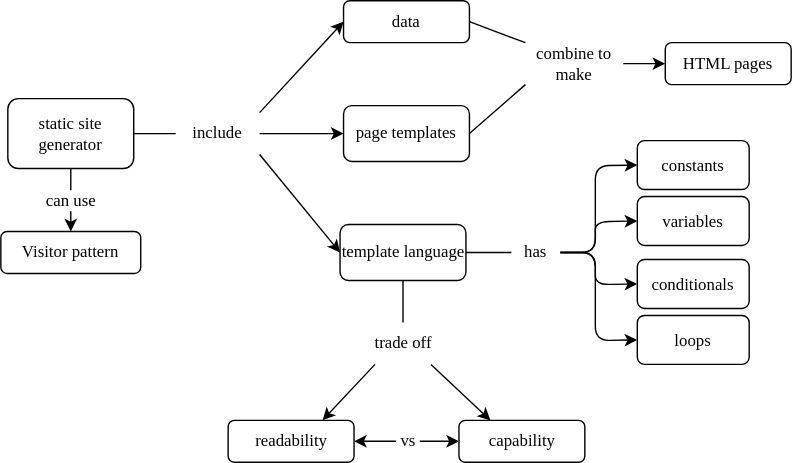
Earlier version of the draw.io export sdxpy/template/concept_map.svg (gvwilson/thirdbit). Source tidied: cells renumbered, new cells last; positions are measured from the earlier drawing's top-left corner, leaving out a move shared by most shapes.
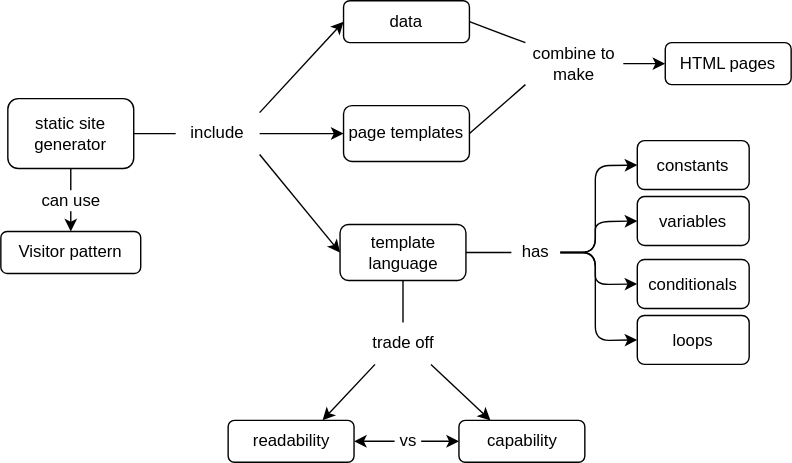
Later version of the same file.

Diff of the diagram source:
```diff
@@ -2,94 +2,94 @@
   <root>
     <mxCell id="0" />
     <mxCell id="1" parent="0" />
-    <mxCell id="2" value="static site generator" style="text;html=1;strokeColor=default;fillColor=none;align=center;verticalAlign=middle;whiteSpace=wrap;rounded=1;hachureGap=4;fontFamily=Verdana;fontSize=12;" parent="1" vertex="1">
+    <mxCell id="2" value="static site generator" style="text;html=1;strokeColor=default;fillColor=none;align=center;verticalAlign=middle;whiteSpace=wrap;rounded=1;hachureGap=4;fontFamily=Helvetica;fontSize=12;" parent="1" vertex="1">
       <mxGeometry x="5" y="70" width="90" height="50" as="geometry" />
     </mxCell>
-    <mxCell id="3" value="include" style="text;html=1;strokeColor=none;fillColor=none;align=center;verticalAlign=middle;whiteSpace=wrap;rounded=0;hachureGap=4;fontFamily=Verdana;fontSize=12;" parent="1" vertex="1">
+    <mxCell id="3" value="include" style="text;html=1;strokeColor=none;fillColor=none;align=center;verticalAlign=middle;whiteSpace=wrap;rounded=0;hachureGap=4;fontFamily=Helvetica;fontSize=12;" parent="1" vertex="1">
       <mxGeometry x="125" y="80" width="60" height="30" as="geometry" />
     </mxCell>
-    <mxCell id="4" value="page templates" style="text;html=1;strokeColor=default;fillColor=none;align=center;verticalAlign=middle;whiteSpace=wrap;rounded=1;hachureGap=4;fontFamily=Verdana;fontSize=12;" parent="1" vertex="1">
+    <mxCell id="4" value="page templates" style="text;html=1;strokeColor=default;fillColor=none;align=center;verticalAlign=middle;whiteSpace=wrap;rounded=1;hachureGap=4;fontFamily=Helvetica;fontSize=12;" parent="1" vertex="1">
       <mxGeometry x="245" y="75" width="90" height="40" as="geometry" />
     </mxCell>
-    <mxCell id="5" value="template language" style="text;html=1;strokeColor=default;fillColor=none;align=center;verticalAlign=middle;whiteSpace=wrap;rounded=1;hachureGap=4;fontFamily=Verdana;fontSize=12;" parent="1" vertex="1">
+    <mxCell id="5" value="template language" style="text;html=1;strokeColor=default;fillColor=none;align=center;verticalAlign=middle;whiteSpace=wrap;rounded=1;hachureGap=4;fontFamily=Helvetica;fontSize=12;" parent="1" vertex="1">
       <mxGeometry x="242.5" y="160" width="90" height="40" as="geometry" />
     </mxCell>
-    <mxCell id="6" value="data" style="text;html=1;strokeColor=default;fillColor=none;align=center;verticalAlign=middle;whiteSpace=wrap;rounded=1;hachureGap=4;fontFamily=Verdana;fontSize=12;" parent="1" vertex="1">
+    <mxCell id="6" value="data" style="text;html=1;strokeColor=default;fillColor=none;align=center;verticalAlign=middle;whiteSpace=wrap;rounded=1;hachureGap=4;fontFamily=Helvetica;fontSize=12;" parent="1" vertex="1">
       <mxGeometry x="245" width="90" height="30" as="geometry" />
     </mxCell>
-    <mxCell id="7" value="readability" style="text;html=1;strokeColor=default;fillColor=none;align=center;verticalAlign=middle;whiteSpace=wrap;rounded=1;hachureGap=4;fontFamily=Verdana;fontSize=12;" parent="1" vertex="1">
+    <mxCell id="7" value="readability" style="text;html=1;strokeColor=default;fillColor=none;align=center;verticalAlign=middle;whiteSpace=wrap;rounded=1;hachureGap=4;fontFamily=Helvetica;fontSize=12;" parent="1" vertex="1">
       <mxGeometry x="162.5" y="300" width="90" height="30" as="geometry" />
     </mxCell>
-    <mxCell id="8" value="capability" style="text;html=1;strokeColor=default;fillColor=none;align=center;verticalAlign=middle;whiteSpace=wrap;rounded=1;hachureGap=4;fontFamily=Verdana;fontSize=12;" parent="1" vertex="1">
+    <mxCell id="8" value="capability" style="text;html=1;strokeColor=default;fillColor=none;align=center;verticalAlign=middle;whiteSpace=wrap;rounded=1;hachureGap=4;fontFamily=Helvetica;fontSize=12;" parent="1" vertex="1">
       <mxGeometry x="327.5" y="300" width="90" height="30" as="geometry" />
     </mxCell>
-    <mxCell id="9" value="trade off" style="text;html=1;strokeColor=none;fillColor=none;align=center;verticalAlign=middle;whiteSpace=wrap;rounded=0;hachureGap=4;fontFamily=Verdana;fontSize=12;" parent="1" vertex="1">
+    <mxCell id="9" value="trade off" style="text;html=1;strokeColor=none;fillColor=none;align=center;verticalAlign=middle;whiteSpace=wrap;rounded=0;hachureGap=4;fontFamily=Helvetica;fontSize=12;" parent="1" vertex="1">
       <mxGeometry x="247.5" y="230" width="80" height="30" as="geometry" />
     </mxCell>
-    <mxCell id="10" value="&amp;nbsp;vs&amp;nbsp;" style="endArrow=classic;startArrow=classic;html=1;rounded=0;hachureGap=4;fontFamily=Verdana;fontSize=12;sourcePerimeterSpacing=8;targetPerimeterSpacing=8;curved=1;exitX=1;exitY=0.5;exitDx=0;exitDy=0;entryX=0;entryY=0.5;entryDx=0;entryDy=0;" parent="1" edge="1" source="7" target="8">
+    <mxCell id="10" value="&amp;nbsp;vs&amp;nbsp;" style="endArrow=classic;startArrow=classic;html=1;rounded=0;hachureGap=4;fontFamily=Helvetica;fontSize=12;sourcePerimeterSpacing=8;targetPerimeterSpacing=8;curved=1;exitX=1;exitY=0.5;exitDx=0;exitDy=0;entryX=0;entryY=0.5;entryDx=0;entryDy=0;" parent="1" edge="1" source="7" target="8">
       <mxGeometry relative="1" as="geometry" />
     </mxCell>
-    <mxCell id="11" style="endArrow=none;html=1;rounded=0;hachureGap=4;fontFamily=Verdana;fontSize=12;sourcePerimeterSpacing=8;targetPerimeterSpacing=8;curved=1;entryX=0.5;entryY=1;entryDx=0;entryDy=0;exitX=0.5;exitY=0;exitDx=0;exitDy=0;" parent="1" edge="1" source="9" target="5">
+    <mxCell id="11" style="endArrow=none;html=1;rounded=0;hachureGap=4;fontFamily=Helvetica;fontSize=12;sourcePerimeterSpacing=8;targetPerimeterSpacing=8;curved=1;entryX=0.5;entryY=1;entryDx=0;entryDy=0;exitX=0.5;exitY=0;exitDx=0;exitDy=0;" parent="1" edge="1" source="9" target="5">
       <mxGeometry relative="1" as="geometry" />
     </mxCell>
-    <mxCell id="12" style="endArrow=classic;html=1;rounded=0;hachureGap=4;fontFamily=Verdana;fontSize=12;sourcePerimeterSpacing=8;targetPerimeterSpacing=8;curved=1;exitX=0.25;exitY=1;exitDx=0;exitDy=0;entryX=0.75;entryY=0;entryDx=0;entryDy=0;" parent="1" edge="1" source="9" target="7">
+    <mxCell id="12" style="endArrow=classic;html=1;rounded=0;hachureGap=4;fontFamily=Helvetica;fontSize=12;sourcePerimeterSpacing=8;targetPerimeterSpacing=8;curved=1;exitX=0.25;exitY=1;exitDx=0;exitDy=0;entryX=0.75;entryY=0;entryDx=0;entryDy=0;" parent="1" edge="1" source="9" target="7">
       <mxGeometry relative="1" as="geometry" />
     </mxCell>
-    <mxCell id="13" style="endArrow=classic;html=1;rounded=0;hachureGap=4;fontFamily=Verdana;fontSize=12;sourcePerimeterSpacing=8;targetPerimeterSpacing=8;curved=1;exitX=0.75;exitY=1;exitDx=0;exitDy=0;entryX=0.25;entryY=0;entryDx=0;entryDy=0;" parent="1" edge="1" source="9" target="8">
+    <mxCell id="13" style="endArrow=classic;html=1;rounded=0;hachureGap=4;fontFamily=Helvetica;fontSize=12;sourcePerimeterSpacing=8;targetPerimeterSpacing=8;curved=1;exitX=0.75;exitY=1;exitDx=0;exitDy=0;entryX=0.25;entryY=0;entryDx=0;entryDy=0;" parent="1" edge="1" source="9" target="8">
       <mxGeometry relative="1" as="geometry" />
     </mxCell>
-    <mxCell id="14" style="endArrow=none;html=1;rounded=0;hachureGap=4;fontFamily=Verdana;fontSize=12;sourcePerimeterSpacing=8;targetPerimeterSpacing=8;curved=1;entryX=1;entryY=0.5;entryDx=0;entryDy=0;exitX=0;exitY=0.5;exitDx=0;exitDy=0;" parent="1" edge="1" source="3" target="2">
+    <mxCell id="14" style="endArrow=none;html=1;rounded=0;hachureGap=4;fontFamily=Helvetica;fontSize=12;sourcePerimeterSpacing=8;targetPerimeterSpacing=8;curved=1;entryX=1;entryY=0.5;entryDx=0;entryDy=0;exitX=0;exitY=0.5;exitDx=0;exitDy=0;" parent="1" edge="1" source="3" target="2">
       <mxGeometry relative="1" as="geometry" />
     </mxCell>
-    <mxCell id="15" style="endArrow=classic;html=1;rounded=0;hachureGap=4;fontFamily=Verdana;fontSize=12;sourcePerimeterSpacing=8;targetPerimeterSpacing=8;curved=1;exitX=1;exitY=0;exitDx=0;exitDy=0;entryX=0;entryY=0.5;entryDx=0;entryDy=0;" parent="1" edge="1" source="3" target="6">
+    <mxCell id="15" style="endArrow=classic;html=1;rounded=0;hachureGap=4;fontFamily=Helvetica;fontSize=12;sourcePerimeterSpacing=8;targetPerimeterSpacing=8;curved=1;exitX=1;exitY=0;exitDx=0;exitDy=0;entryX=0;entryY=0.5;entryDx=0;entryDy=0;" parent="1" edge="1" source="3" target="6">
       <mxGeometry relative="1" as="geometry" />
     </mxCell>
-    <mxCell id="16" style="endArrow=classic;html=1;rounded=0;hachureGap=4;fontFamily=Verdana;fontSize=12;sourcePerimeterSpacing=8;targetPerimeterSpacing=8;curved=1;exitX=1;exitY=0.5;exitDx=0;exitDy=0;entryX=0;entryY=0.5;entryDx=0;entryDy=0;" parent="1" edge="1" source="3" target="4">
+    <mxCell id="16" style="endArrow=classic;html=1;rounded=0;hachureGap=4;fontFamily=Helvetica;fontSize=12;sourcePerimeterSpacing=8;targetPerimeterSpacing=8;curved=1;exitX=1;exitY=0.5;exitDx=0;exitDy=0;entryX=0;entryY=0.5;entryDx=0;entryDy=0;" parent="1" edge="1" source="3" target="4">
       <mxGeometry relative="1" as="geometry" />
     </mxCell>
-    <mxCell id="17" style="endArrow=classic;html=1;rounded=0;hachureGap=4;fontFamily=Verdana;fontSize=12;sourcePerimeterSpacing=8;targetPerimeterSpacing=8;curved=1;entryX=0;entryY=0.5;entryDx=0;entryDy=0;exitX=1;exitY=1;exitDx=0;exitDy=0;" parent="1" edge="1" source="3" target="5">
+    <mxCell id="17" style="endArrow=classic;html=1;rounded=0;hachureGap=4;fontFamily=Helvetica;fontSize=12;sourcePerimeterSpacing=8;targetPerimeterSpacing=8;curved=1;entryX=0;entryY=0.5;entryDx=0;entryDy=0;exitX=1;exitY=1;exitDx=0;exitDy=0;" parent="1" edge="1" source="3" target="5">
       <mxGeometry relative="1" as="geometry" />
     </mxCell>
-    <mxCell id="18" value="HTML pages" style="text;html=1;strokeColor=default;fillColor=none;align=center;verticalAlign=middle;whiteSpace=wrap;rounded=1;hachureGap=4;fontFamily=Verdana;fontSize=12;" parent="1" vertex="1">
+    <mxCell id="18" value="HTML pages" style="text;html=1;strokeColor=default;fillColor=none;align=center;verticalAlign=middle;whiteSpace=wrap;rounded=1;hachureGap=4;fontFamily=Helvetica;fontSize=12;" parent="1" vertex="1">
       <mxGeometry x="475" y="30" width="90" height="30" as="geometry" />
     </mxCell>
-    <mxCell id="19" value="combine to make" style="text;html=1;strokeColor=none;fillColor=none;align=center;verticalAlign=middle;whiteSpace=wrap;rounded=0;hachureGap=4;fontFamily=Verdana;fontSize=12;" parent="1" vertex="1">
+    <mxCell id="19" value="combine to make" style="text;html=1;strokeColor=none;fillColor=none;align=center;verticalAlign=middle;whiteSpace=wrap;rounded=0;hachureGap=4;fontFamily=Helvetica;fontSize=12;" parent="1" vertex="1">
       <mxGeometry x="375" y="30" width="70" height="30" as="geometry" />
     </mxCell>
-    <mxCell id="20" style="endArrow=none;html=1;rounded=0;hachureGap=4;fontFamily=Verdana;fontSize=12;sourcePerimeterSpacing=8;targetPerimeterSpacing=8;curved=1;entryX=0;entryY=0;entryDx=0;entryDy=0;exitX=1;exitY=0.5;exitDx=0;exitDy=0;" parent="1" edge="1" source="6" target="19">
+    <mxCell id="20" style="endArrow=none;html=1;rounded=0;hachureGap=4;fontFamily=Helvetica;fontSize=12;sourcePerimeterSpacing=8;targetPerimeterSpacing=8;curved=1;entryX=0;entryY=0;entryDx=0;entryDy=0;exitX=1;exitY=0.5;exitDx=0;exitDy=0;" parent="1" edge="1" source="6" target="19">
       <mxGeometry relative="1" as="geometry" />
     </mxCell>
-    <mxCell id="21" style="endArrow=none;html=1;rounded=0;hachureGap=4;fontFamily=Verdana;fontSize=12;sourcePerimeterSpacing=8;targetPerimeterSpacing=8;curved=1;exitX=1;exitY=0.5;exitDx=0;exitDy=0;entryX=0;entryY=1;entryDx=0;entryDy=0;" parent="1" edge="1" source="4" target="19">
+    <mxCell id="21" style="endArrow=none;html=1;rounded=0;hachureGap=4;fontFamily=Helvetica;fontSize=12;sourcePerimeterSpacing=8;targetPerimeterSpacing=8;curved=1;exitX=1;exitY=0.5;exitDx=0;exitDy=0;entryX=0;entryY=1;entryDx=0;entryDy=0;" parent="1" edge="1" source="4" target="19">
       <mxGeometry relative="1" as="geometry" />
     </mxCell>
-    <mxCell id="22" style="endArrow=classic;html=1;rounded=0;hachureGap=4;fontFamily=Verdana;fontSize=12;sourcePerimeterSpacing=8;targetPerimeterSpacing=8;curved=1;entryX=0;entryY=0.5;entryDx=0;entryDy=0;exitX=1;exitY=0.5;exitDx=0;exitDy=0;" parent="1" edge="1" source="19" target="18">
+    <mxCell id="22" style="endArrow=classic;html=1;rounded=0;hachureGap=4;fontFamily=Helvetica;fontSize=12;sourcePerimeterSpacing=8;targetPerimeterSpacing=8;curved=1;entryX=0;entryY=0.5;entryDx=0;entryDy=0;exitX=1;exitY=0.5;exitDx=0;exitDy=0;" parent="1" edge="1" source="19" target="18">
       <mxGeometry relative="1" as="geometry" />
     </mxCell>
-    <mxCell id="23" value="Visitor pattern" style="text;html=1;strokeColor=default;fillColor=none;align=center;verticalAlign=middle;whiteSpace=wrap;rounded=1;hachureGap=4;fontFamily=Verdana;fontSize=12;" parent="1" vertex="1">
+    <mxCell id="23" value="Visitor pattern" style="text;html=1;strokeColor=default;fillColor=none;align=center;verticalAlign=middle;whiteSpace=wrap;rounded=1;hachureGap=4;fontFamily=Helvetica;fontSize=12;" parent="1" vertex="1">
       <mxGeometry y="165" width="100" height="30" as="geometry" />
     </mxCell>
-    <mxCell id="24" value="can use" style="endArrow=classic;html=1;rounded=0;hachureGap=4;fontFamily=Verdana;fontSize=12;sourcePerimeterSpacing=8;targetPerimeterSpacing=8;curved=1;entryX=0.5;entryY=0;entryDx=0;entryDy=0;exitX=0.5;exitY=1;exitDx=0;exitDy=0;" parent="1" edge="1" source="2" target="23">
+    <mxCell id="24" value="can use" style="endArrow=classic;html=1;rounded=0;hachureGap=4;fontFamily=Helvetica;fontSize=12;sourcePerimeterSpacing=8;targetPerimeterSpacing=8;curved=1;entryX=0.5;entryY=0;entryDx=0;entryDy=0;exitX=0.5;exitY=1;exitDx=0;exitDy=0;" parent="1" edge="1" source="2" target="23">
       <mxGeometry relative="1" as="geometry" />
     </mxCell>
-    <mxCell id="25" value="has" style="text;html=1;strokeColor=none;fillColor=none;align=center;verticalAlign=middle;whiteSpace=wrap;rounded=0;fontFamily=Verdana;" parent="1" vertex="1">
+    <mxCell id="25" value="has" style="text;html=1;strokeColor=none;fillColor=none;align=center;verticalAlign=middle;whiteSpace=wrap;rounded=0;fontFamily=Helvetica;" parent="1" vertex="1">
       <mxGeometry x="365" y="165" width="35" height="30" as="geometry" />
     </mxCell>
-    <mxCell id="26" style="endArrow=none;html=1;rounded=0;exitX=1;exitY=0.5;exitDx=0;exitDy=0;entryX=0;entryY=0.5;entryDx=0;entryDy=0;fontFamily=Verdana;" parent="1" edge="1" source="5" target="25">
+    <mxCell id="26" style="endArrow=none;html=1;rounded=0;exitX=1;exitY=0.5;exitDx=0;exitDy=0;entryX=0;entryY=0.5;entryDx=0;entryDy=0;fontFamily=Helvetica;" parent="1" edge="1" source="5" target="25">
       <mxGeometry relative="1" as="geometry" />
     </mxCell>
-    <mxCell id="27" value="constants" style="rounded=1;whiteSpace=wrap;html=1;fillColor=none;fontFamily=Verdana;" parent="1" vertex="1">
+    <mxCell id="27" value="constants" style="rounded=1;whiteSpace=wrap;html=1;fillColor=none;fontFamily=Helvetica;" parent="1" vertex="1">
       <mxGeometry x="455" y="100" width="80" height="35" as="geometry" />
     </mxCell>
-    <mxCell id="28" value="variables" style="rounded=1;whiteSpace=wrap;html=1;fillColor=none;fontFamily=Verdana;" parent="1" vertex="1">
+    <mxCell id="28" value="variables" style="rounded=1;whiteSpace=wrap;html=1;fillColor=none;fontFamily=Helvetica;" parent="1" vertex="1">
       <mxGeometry x="455" y="140" width="80" height="35" as="geometry" />
     </mxCell>
-    <mxCell id="29" value="conditionals" style="rounded=1;whiteSpace=wrap;html=1;fillColor=none;fontFamily=Verdana;" parent="1" vertex="1">
+    <mxCell id="29" value="conditionals" style="rounded=1;whiteSpace=wrap;html=1;fillColor=none;fontFamily=Helvetica;" parent="1" vertex="1">
       <mxGeometry x="455" y="185" width="80" height="35" as="geometry" />
     </mxCell>
-    <mxCell id="30" value="loops" style="rounded=1;whiteSpace=wrap;html=1;fillColor=none;fontFamily=Verdana;" parent="1" vertex="1">
+    <mxCell id="30" value="loops" style="rounded=1;whiteSpace=wrap;html=1;fillColor=none;fontFamily=Helvetica;" parent="1" vertex="1">
       <mxGeometry x="455" y="225" width="80" height="35" as="geometry" />
     </mxCell>
-    <mxCell id="31" style="endArrow=classic;html=1;rounded=1;entryX=0;entryY=0.5;entryDx=0;entryDy=0;exitX=1;exitY=0.5;exitDx=0;exitDy=0;fontFamily=Verdana;" parent="1" edge="1" source="25" target="27">
+    <mxCell id="31" style="endArrow=classic;html=1;rounded=1;entryX=0;entryY=0.5;entryDx=0;entryDy=0;exitX=1;exitY=0.5;exitDx=0;exitDy=0;fontFamily=Helvetica;" parent="1" edge="1" source="25" target="27">
       <mxGeometry relative="1" as="geometry">
         <Array as="points">
           <mxPoint x="425" y="180" />
@@ -97,7 +97,7 @@
         </Array>
       </mxGeometry>
     </mxCell>
-    <mxCell id="32" style="endArrow=classic;html=1;rounded=1;entryX=0;entryY=0.5;entryDx=0;entryDy=0;exitX=1;exitY=0.5;exitDx=0;exitDy=0;fontFamily=Verdana;" parent="1" edge="1" source="25" target="28">
+    <mxCell id="32" style="endArrow=classic;html=1;rounded=1;entryX=0;entryY=0.5;entryDx=0;entryDy=0;exitX=1;exitY=0.5;exitDx=0;exitDy=0;fontFamily=Helvetica;" parent="1" edge="1" source="25" target="28">
       <mxGeometry relative="1" as="geometry">
         <Array as="points">
           <mxPoint x="425" y="180" />
@@ -105,7 +105,7 @@
         </Array>
       </mxGeometry>
     </mxCell>
-    <mxCell id="33" style="endArrow=classic;html=1;rounded=1;entryX=0;entryY=0.5;entryDx=0;entryDy=0;exitX=1;exitY=0.5;exitDx=0;exitDy=0;fontFamily=Verdana;" parent="1" edge="1" source="25" target="29">
+    <mxCell id="33" style="endArrow=classic;html=1;rounded=1;entryX=0;entryY=0.5;entryDx=0;entryDy=0;exitX=1;exitY=0.5;exitDx=0;exitDy=0;fontFamily=Helvetica;" parent="1" edge="1" source="25" target="29">
       <mxGeometry relative="1" as="geometry">
         <Array as="points">
           <mxPoint x="425" y="180" />
@@ -113,7 +113,7 @@
         </Array>
       </mxGeometry>
     </mxCell>
-    <mxCell id="34" style="endArrow=classic;html=1;rounded=1;entryX=0;entryY=0.5;entryDx=0;entryDy=0;exitX=1;exitY=0.5;exitDx=0;exitDy=0;fontFamily=Verdana;" parent="1" edge="1" source="25" target="30">
+    <mxCell id="34" style="endArrow=classic;html=1;rounded=1;entryX=0;entryY=0.5;entryDx=0;entryDy=0;exitX=1;exitY=0.5;exitDx=0;exitDy=0;fontFamily=Helvetica;" parent="1" edge="1" source="25" target="30">
       <mxGeometry relative="1" as="geometry">
         <Array as="points">
           <mxPoint x="425" y="180" />
```
